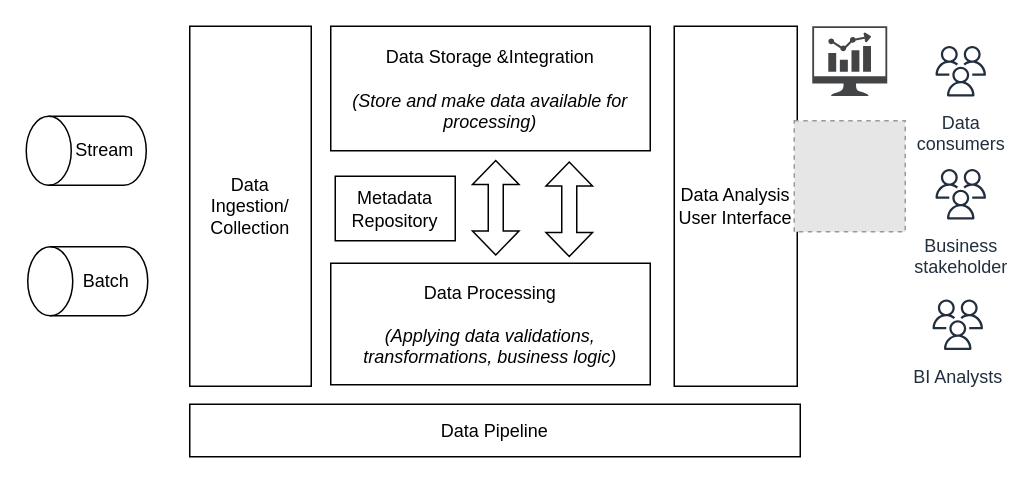
Before: page "Conceptual View(Architcture)" (15 of 16) of Untitled Diagram.drawio in nitindatta/aws-serverless, a draw.io diagram. Source tidied: cells renumbered, new cells numbered last; positions are measured from the earlier drawing's top-left corner, leaving out a move shared by most shapes. Both pictures are drawn from the tidied source at 150%, with x=0, y=0 at pixel (26, 26). Pictures stored in the file or linked from it are replaced by grey dashed boxes.
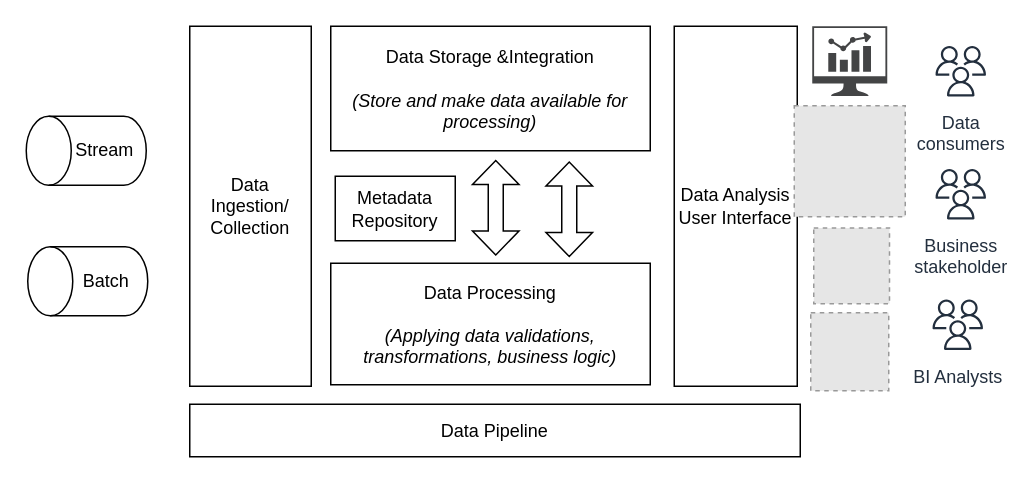
After the change.

The edit, as a diff of the source:
```diff
@@
     <mxCell id="16" style="fillColor=#E6E6E6;strokeColor=#999999;dashed=1;html=1;verticalAlign=top;verticalLabelPosition=bottom;labelBackgroundColor=#ffffff;" parent="1" vertex="1">
-      <mxGeometry x="512" y="63" width="74" height="74" as="geometry" />
+      <mxGeometry x="512" y="53" width="74" height="74" as="geometry" />
     </mxCell>
+    <mxCell id="17" style="fillColor=#E6E6E6;strokeColor=#999999;dashed=1;html=1;verticalAlign=top;verticalLabelPosition=bottom;labelBackgroundColor=#ffffff;" parent="1" vertex="1">
+      <mxGeometry x="525" y="134.5" width="50.5" height="50.5" as="geometry" />
+    </mxCell>
+    <mxCell id="18" style="fillColor=#E6E6E6;strokeColor=#999999;dashed=1;html=1;verticalAlign=top;verticalLabelPosition=bottom;labelBackgroundColor=#ffffff;" parent="1" vertex="1">
+      <mxGeometry x="523" y="191" width="52" height="52" as="geometry" />
+    </mxCell>
```
